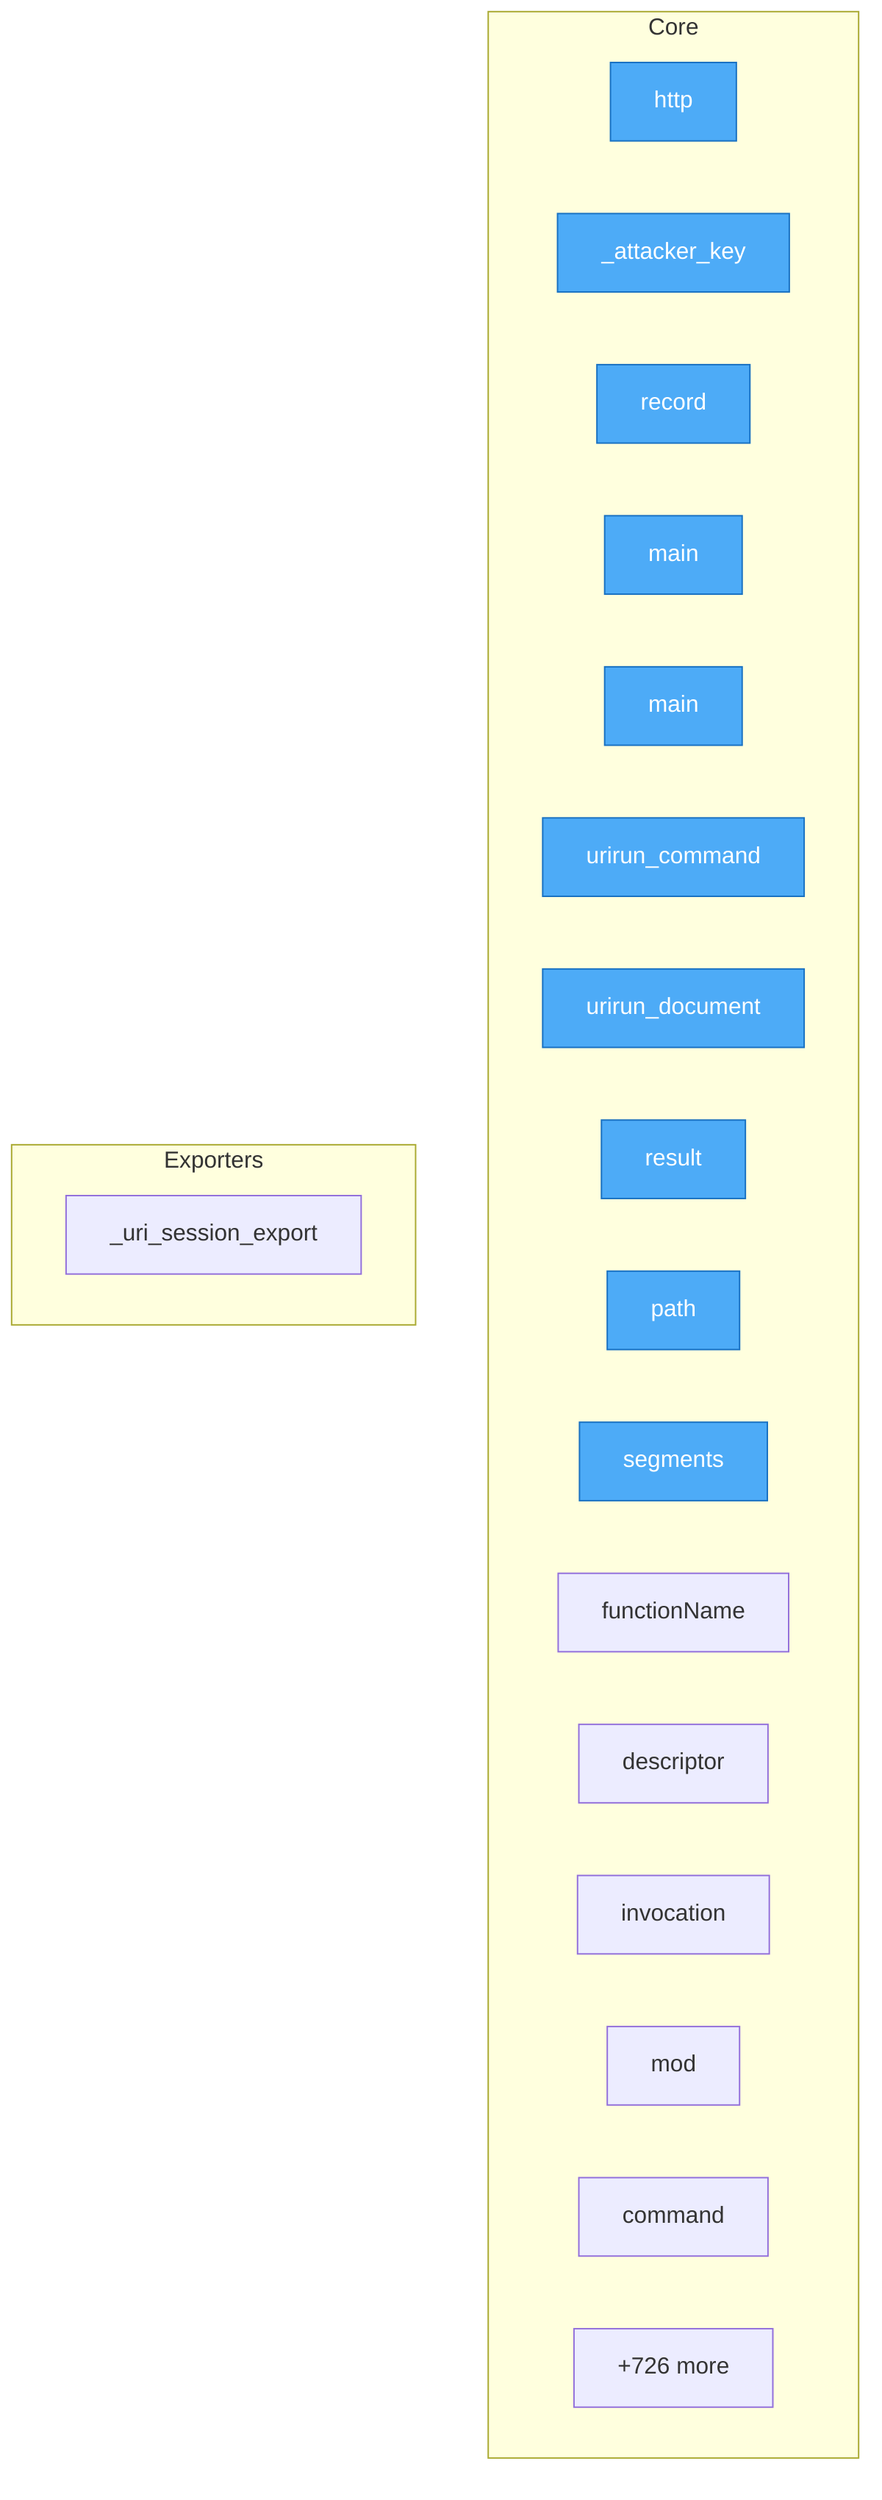
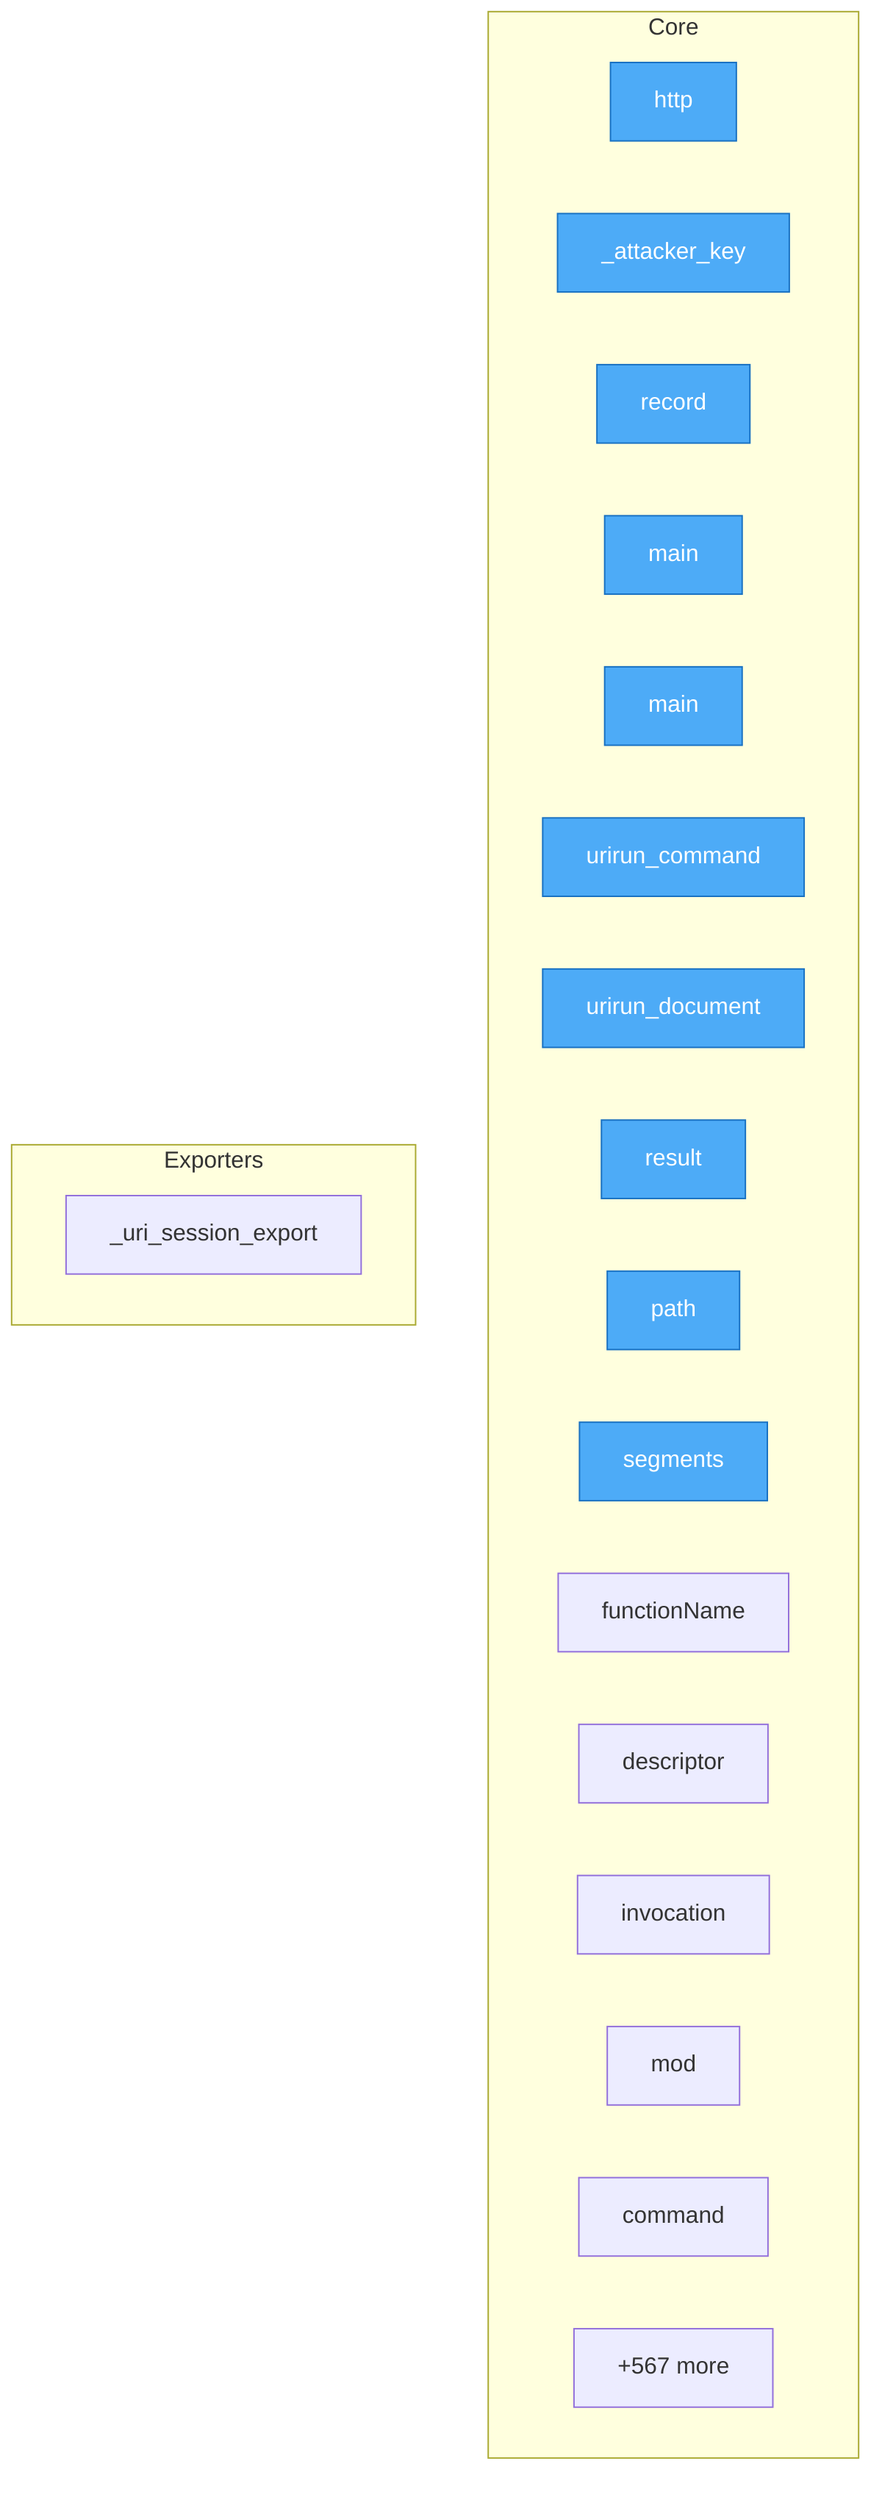
flowchart TD
- %% generated in 0.04s
+ %% generated in 0.03s

    %% Entry points (blue)
    classDef entry fill:#4dabf7,stroke:#1971c2,color:#fff

    subgraph Core
        security__mesh_probe__probe__http["http"]
        security__mesh_probe__probe___attacker_key["_attacker_key"]
        security__mesh_probe__probe__record["record"]
        adapters__conformance__main["main"]
        adapters__new_connector__main["main"]
        adapters__bash__urirun__urirun_command["urirun_command"]
        adapters__bash__urirun__urirun_document["urirun_document"]
        adapters__js__index__test__result["result"]
        adapters__js__path["path"]
        adapters__js__segments["segments"]
        adapters__js__functionName["functionName"]
        adapters__js__descriptor["descriptor"]
        adapters__js__invocation["invocation"]
        adapters__js__mod["mod"]
        adapters__java__Urirun__Urirun__command["command"]
-         ...["+726 more"]
+         ...["+567 more"]
    end

    subgraph Exporters
        adapters__python__urirun__node__skill___uri_session_export["_uri_session_export"]
    end

    class security__mesh_probe__probe__http,security__mesh_probe__probe___attacker_key,security__mesh_probe__probe__record,adapters__conformance__main,adapters__new_connector__main,adapters__bash__urirun__urirun_command,adapters__bash__urirun__urirun_document,adapters__js__index__test__result,adapters__js__path,adapters__js__segments entry
